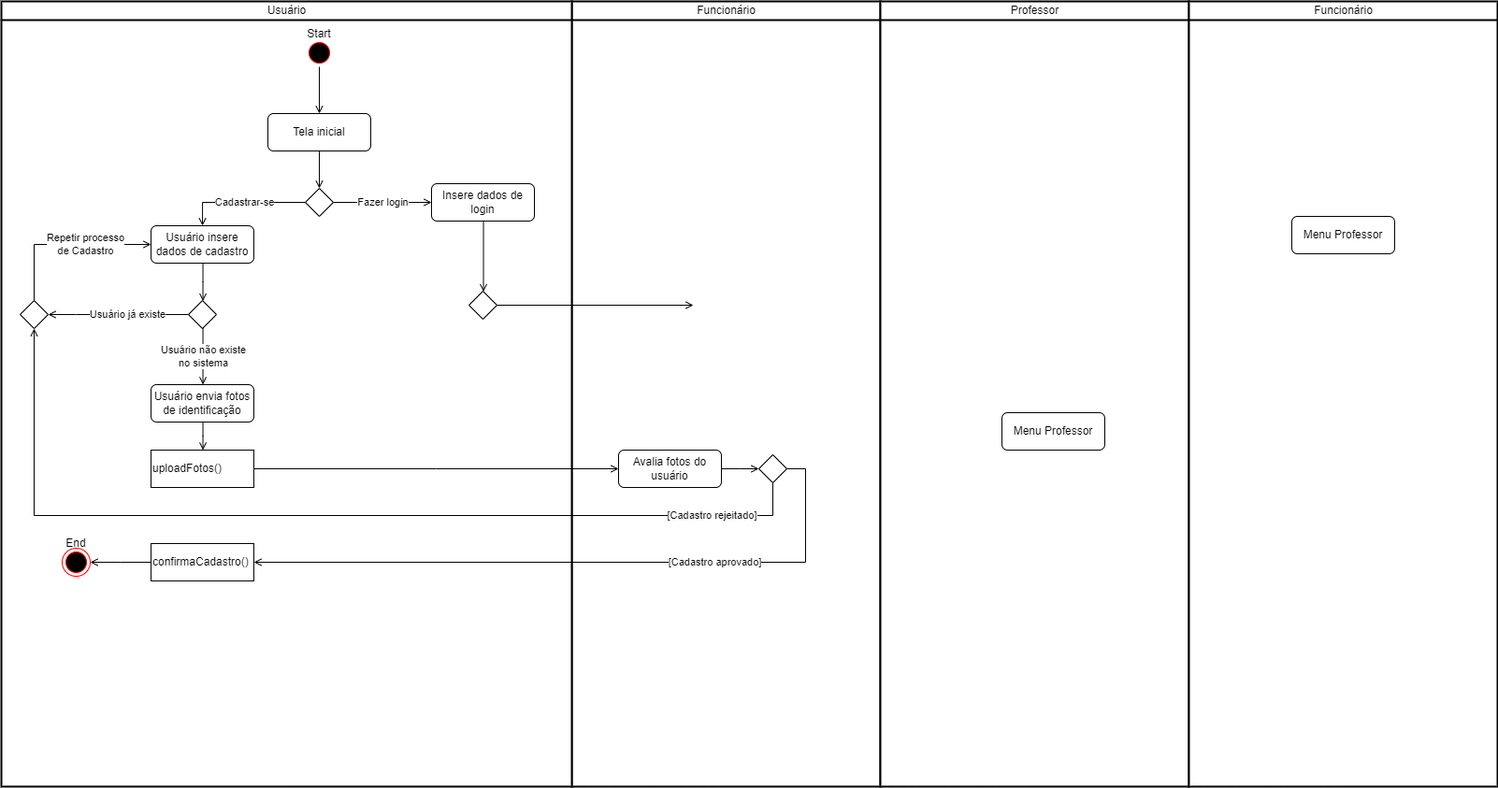
Above: diagramaAtividades/atividadeSistema.drawio.png in EijiDogen/BrainForHire (draw.io), before the change. Source tidied: cells renumbered, new cells last; positions are measured from the earlier drawing's top-left corner, leaving out a move shared by most shapes.
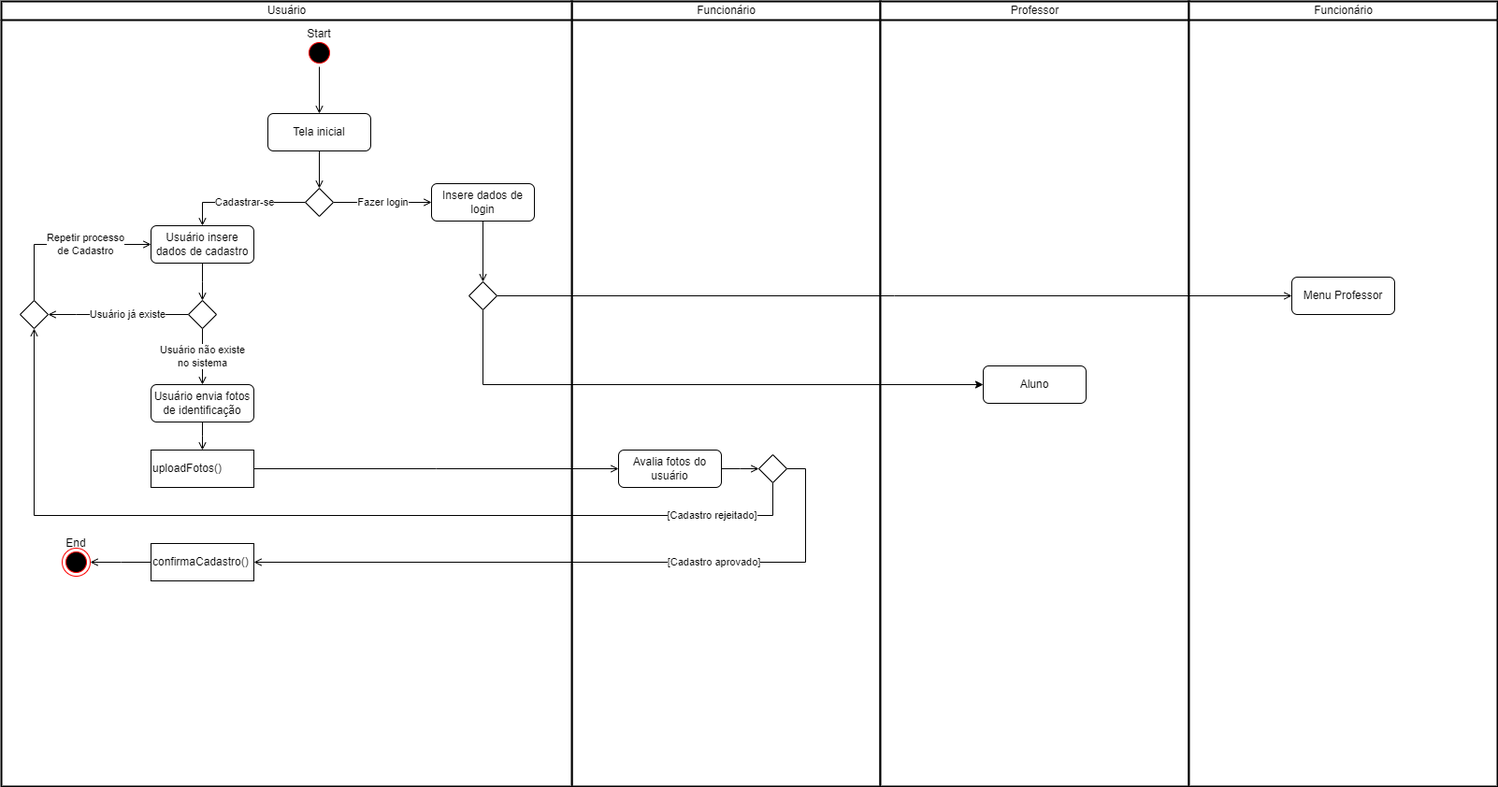
After the commit.

Diff of the diagram source:
```diff
@@ -139,19 +139,24 @@
     <mxCell id="36" value="End" style="text;html=1;strokeColor=none;fillColor=none;align=center;verticalAlign=middle;whiteSpace=wrap;rounded=0;" parent="6" vertex="1">
       <mxGeometry x="50" y="565" width="60" height="30" as="geometry" />
     </mxCell>
-    <mxCell id="37" style="edgeStyle=elbowEdgeStyle;rounded=0;jettySize=auto;html=1;endArrow=open;endFill=0;" parent="6" edge="1" source="38">
-      <mxGeometry relative="1" as="geometry">
-        <mxPoint x="740" y="325" as="targetPoint" />
-      </mxGeometry>
+    <mxCell id="37" style="edgeStyle=elbowEdgeStyle;rounded=0;jettySize=auto;html=1;endArrow=open;endFill=0;" parent="6" edge="1" source="38" target="40">
+      <mxGeometry relative="1" as="geometry" />
     </mxCell>
+    <mxCell id="41" style="edgeStyle=orthogonalEdgeStyle;rounded=0;jettySize=auto;html=1;entryX=0;entryY=0.5;entryDx=0;entryDy=0;" parent="6" edge="1" source="38" target="39">
+      <mxGeometry relative="1" as="geometry">
+        <Array as="points">
+          <mxPoint x="515" y="410" />
+        </Array>
+      </mxGeometry>
+    </mxCell>
     <mxCell id="38" style="rhombus;" parent="6" vertex="1">
-      <mxGeometry x="500" y="310" width="30" height="30" as="geometry" />
+      <mxGeometry x="500" y="300" width="30" height="30" as="geometry" />
     </mxCell>
-    <mxCell id="39" value="Menu Professor" style="rounded=1;whiteSpace=wrap;html=1;" parent="6" vertex="1">
-      <mxGeometry x="1070" y="440" width="110" height="40" as="geometry" />
+    <mxCell id="39" value="Aluno" style="rounded=1;whiteSpace=wrap;html=1;" parent="6" vertex="1">
+      <mxGeometry x="1050" y="390" width="110" height="40" as="geometry" />
     </mxCell>
     <mxCell id="40" value="Menu Professor" style="rounded=1;whiteSpace=wrap;html=1;" parent="6" vertex="1">
-      <mxGeometry x="1380" y="230" width="110" height="40" as="geometry" />
+      <mxGeometry x="1380" y="295" width="110" height="40" as="geometry" />
     </mxCell>
   </root>
 </mxGraphModel>
```
